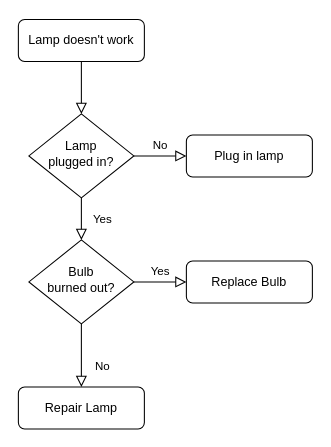
The draw.io diagram 未命名绘图.drawio in forfreeday/design, before the edit. Source tidied: cells renumbered, new cells numbered last; positions are measured from the earlier drawing's top-left corner, leaving out a move shared by most shapes. Both pictures are drawn from the tidied source at 105%, with x=0, y=0 at pixel (18, 19).
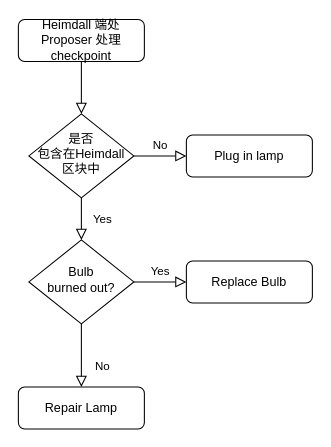
Above is the later version.

Change to the diagram source:
```diff
@@
 <mxGraphModel>
   <root>
     <mxCell id="0" />
     <mxCell id="1" parent="0" />
     <mxCell id="2" style="rounded=0;html=1;jettySize=auto;fontSize=11;endArrow=block;endFill=0;endSize=8;strokeWidth=1;shadow=0;labelBackgroundColor=none;edgeStyle=orthogonalEdgeStyle;" parent="1" edge="1" source="3" target="6">
       <mxGeometry relative="1" as="geometry" />
     </mxCell>
-    <mxCell id="3" value="Lamp doesn't work" style="rounded=1;whiteSpace=wrap;html=1;fontSize=12;glass=0;strokeWidth=1;shadow=0;" parent="1" vertex="1">
+    <mxCell id="3" value="Heimdall 端处 Proposer 处理 checkpoint" style="rounded=1;whiteSpace=wrap;html=1;fontSize=12;glass=0;strokeWidth=1;shadow=0;" parent="1" vertex="1">
       <mxGeometry width="120" height="40" as="geometry" />
     </mxCell>
     <mxCell id="4" value="Yes" style="rounded=0;html=1;jettySize=auto;fontSize=11;endArrow=block;endFill=0;endSize=8;strokeWidth=1;shadow=0;labelBackgroundColor=none;edgeStyle=orthogonalEdgeStyle;" parent="1" edge="1" source="6" target="10">
       <mxGeometry y="20" relative="1" as="geometry" />
     </mxCell>
     <mxCell id="5" value="No" style="edgeStyle=orthogonalEdgeStyle;rounded=0;html=1;jettySize=auto;fontSize=11;endArrow=block;endFill=0;endSize=8;strokeWidth=1;shadow=0;labelBackgroundColor=none;" parent="1" edge="1" source="6" target="7">
       <mxGeometry y="10" relative="1" as="geometry" />
     </mxCell>
-    <mxCell id="6" value="Lamp&lt;br&gt;plugged in?" style="rhombus;whiteSpace=wrap;html=1;shadow=0;fontFamily=Helvetica;fontSize=12;align=center;strokeWidth=1;spacing=6;spacingTop=-4;" parent="1" vertex="1">
+    <mxCell id="6" value="是否&lt;br&gt;包含在Heimdall区块中" style="rhombus;whiteSpace=wrap;html=1;shadow=0;fontFamily=Helvetica;fontSize=12;align=center;strokeWidth=1;spacing=6;spacingTop=-4;" parent="1" vertex="1">
       <mxGeometry x="10" y="90" width="100" height="80" as="geometry" />
     </mxCell>
     <mxCell id="7" value="Plug in lamp" style="rounded=1;whiteSpace=wrap;html=1;fontSize=12;glass=0;strokeWidth=1;shadow=0;" parent="1" vertex="1">
       <mxGeometry x="160" y="110" width="120" height="40" as="geometry" />
     </mxCell>
     <mxCell id="8" value="No" style="rounded=0;html=1;jettySize=auto;fontSize=11;endArrow=block;endFill=0;endSize=8;strokeWidth=1;shadow=0;labelBackgroundColor=none;edgeStyle=orthogonalEdgeStyle;" parent="1" edge="1" source="10" target="11">
       <mxGeometry x="0.33" y="20" relative="1" as="geometry" />
     </mxCell>
     <mxCell id="9" value="Yes" style="edgeStyle=orthogonalEdgeStyle;rounded=0;html=1;jettySize=auto;fontSize=11;endArrow=block;endFill=0;endSize=8;strokeWidth=1;shadow=0;labelBackgroundColor=none;" parent="1" edge="1" source="10" target="12">
       <mxGeometry y="10" relative="1" as="geometry" />
     </mxCell>
     <mxCell id="10" value="Bulb&lt;br&gt;burned out?" style="rhombus;whiteSpace=wrap;html=1;shadow=0;fontFamily=Helvetica;fontSize=12;align=center;strokeWidth=1;spacing=6;spacingTop=-4;" parent="1" vertex="1">
       <mxGeometry x="10" y="210" width="100" height="80" as="geometry" />
     </mxCell>
     <mxCell id="11" value="Repair Lamp" style="rounded=1;whiteSpace=wrap;html=1;fontSize=12;glass=0;strokeWidth=1;shadow=0;" parent="1" vertex="1">
       <mxGeometry y="350" width="120" height="40" as="geometry" />
     </mxCell>
     <mxCell id="12" value="Replace Bulb" style="rounded=1;whiteSpace=wrap;html=1;fontSize=12;glass=0;strokeWidth=1;shadow=0;" parent="1" vertex="1">
       <mxGeometry x="160" y="230" width="120" height="40" as="geometry" />
     </mxCell>
   </root>
 </mxGraphModel>
```
